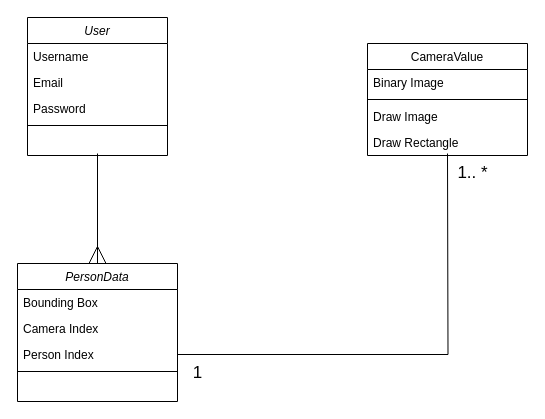
The draw.io diagram class_UI.drawio in chauchausoup/major_diagrams, before the edit. Source tidied: cells renumbered, new cells numbered last; positions are measured from the earlier drawing's top-left corner, leaving out a move shared by most shapes. Both pictures are drawn from the tidied source at 100%, with x=0, y=0 at pixel (17, 17).
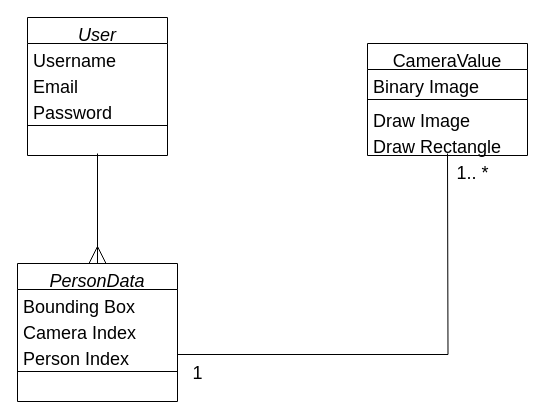
After the change.

What changed in the source:
```diff
@@
-    <mxCell id="2" value="User" style="swimlane;fontStyle=2;align=center;verticalAlign=top;horizontal=1;startSize=26;rounded=0;shadow=0;strokeWidth=1;" parent="1" vertex="1">
+    <mxCell id="2" value="User" style="swimlane;fontStyle=2;align=center;verticalAlign=top;horizontal=1;startSize=26;rounded=0;shadow=0;strokeWidth=1;fontSize=18;" parent="1" vertex="1">
       <mxGeometry x="10" width="140" height="138" as="geometry" />
     </mxCell>
-    <mxCell id="3" value="Username" style="text;align=left;verticalAlign=top;spacingLeft=4;spacingRight=4;overflow=hidden;" parent="2" vertex="1">
+    <mxCell id="3" value="Username" style="text;align=left;verticalAlign=top;spacingLeft=4;spacingRight=4;overflow=hidden;fontSize=18;" parent="2" vertex="1">
       <mxGeometry y="26" width="140" height="26" as="geometry" />
     </mxCell>
-    <mxCell id="4" value="Email" style="text;align=left;verticalAlign=top;spacingLeft=4;spacingRight=4;overflow=hidden;rounded=0;shadow=0;html=0;" parent="2" vertex="1">
+    <mxCell id="4" value="Email" style="text;align=left;verticalAlign=top;spacingLeft=4;spacingRight=4;overflow=hidden;rounded=0;shadow=0;html=0;fontSize=18;" parent="2" vertex="1">
       <mxGeometry y="52" width="140" height="26" as="geometry" />
     </mxCell>
-    <mxCell id="5" value="Password" style="text;align=left;verticalAlign=top;spacingLeft=4;spacingRight=4;overflow=hidden;rounded=0;shadow=0;html=0;" parent="2" vertex="1">
+    <mxCell id="5" value="Password" style="text;align=left;verticalAlign=top;spacingLeft=4;spacingRight=4;overflow=hidden;rounded=0;shadow=0;html=0;fontSize=18;" parent="2" vertex="1">
       <mxGeometry y="78" width="140" height="26" as="geometry" />
     </mxCell>
-    <mxCell id="6" style="line;html=1;strokeWidth=1;align=left;verticalAlign=middle;spacingTop=-1;spacingLeft=3;spacingRight=3;labelPosition=right;" parent="2" vertex="1">
+    <mxCell id="6" style="line;html=1;strokeWidth=1;align=left;verticalAlign=middle;spacingTop=-1;spacingLeft=3;spacingRight=3;labelPosition=right;fontSize=18;" parent="2" vertex="1">
       <mxGeometry y="104" width="140" height="8" as="geometry" />
     </mxCell>
-    <mxCell id="7" value="CameraValue" style="swimlane;fontStyle=0;align=center;verticalAlign=top;horizontal=1;startSize=26;rounded=0;shadow=0;strokeWidth=1;" parent="1" vertex="1">
+    <mxCell id="7" value="CameraValue" style="swimlane;fontStyle=0;align=center;verticalAlign=top;horizontal=1;startSize=26;rounded=0;shadow=0;strokeWidth=1;fontSize=18;" parent="1" vertex="1">
       <mxGeometry x="350" y="26" width="160" height="112" as="geometry" />
     </mxCell>
-    <mxCell id="8" value="Binary Image" style="text;align=left;verticalAlign=top;spacingLeft=4;spacingRight=4;overflow=hidden;" parent="7" vertex="1">
+    <mxCell id="8" value="Binary Image" style="text;align=left;verticalAlign=top;spacingLeft=4;spacingRight=4;overflow=hidden;fontSize=18;" parent="7" vertex="1">
       <mxGeometry y="26" width="160" height="26" as="geometry" />
     </mxCell>
-    <mxCell id="9" style="line;html=1;strokeWidth=1;align=left;verticalAlign=middle;spacingTop=-1;spacingLeft=3;spacingRight=3;labelPosition=right;" parent="7" vertex="1">
+    <mxCell id="9" style="line;html=1;strokeWidth=1;align=left;verticalAlign=middle;spacingTop=-1;spacingLeft=3;spacingRight=3;labelPosition=right;fontSize=18;" parent="7" vertex="1">
       <mxGeometry y="52" width="160" height="8" as="geometry" />
     </mxCell>
-    <mxCell id="10" value="Draw Image&#10;" style="text;align=left;verticalAlign=top;spacingLeft=4;spacingRight=4;overflow=hidden;" parent="7" vertex="1">
+    <mxCell id="10" value="Draw Image&#10;" style="text;align=left;verticalAlign=top;spacingLeft=4;spacingRight=4;overflow=hidden;fontSize=18;" parent="7" vertex="1">
       <mxGeometry y="60" width="160" height="26" as="geometry" />
     </mxCell>
-    <mxCell id="11" value="Draw Rectangle" style="text;align=left;verticalAlign=top;spacingLeft=4;spacingRight=4;overflow=hidden;" parent="7" vertex="1">
+    <mxCell id="11" value="Draw Rectangle" style="text;align=left;verticalAlign=top;spacingLeft=4;spacingRight=4;overflow=hidden;fontSize=18;" parent="7" vertex="1">
       <mxGeometry y="86" width="160" height="26" as="geometry" />
     </mxCell>
-    <mxCell id="12" value="PersonData" style="swimlane;fontStyle=2;align=center;verticalAlign=top;horizontal=1;startSize=26;rounded=0;shadow=0;strokeWidth=1;" parent="1" vertex="1">
+    <mxCell id="12" value="PersonData" style="swimlane;fontStyle=2;align=center;verticalAlign=top;horizontal=1;startSize=26;rounded=0;shadow=0;strokeWidth=1;fontSize=18;" parent="1" vertex="1">
       <mxGeometry y="246" width="160" height="138" as="geometry" />
     </mxCell>
-    <mxCell id="13" value="Bounding Box " style="text;align=left;verticalAlign=top;spacingLeft=4;spacingRight=4;overflow=hidden;" parent="12" vertex="1">
+    <mxCell id="13" value="Bounding Box " style="text;align=left;verticalAlign=top;spacingLeft=4;spacingRight=4;overflow=hidden;fontSize=18;" parent="12" vertex="1">
       <mxGeometry y="26" width="160" height="26" as="geometry" />
     </mxCell>
-    <mxCell id="14" value="Camera Index" style="text;align=left;verticalAlign=top;spacingLeft=4;spacingRight=4;overflow=hidden;rounded=0;shadow=0;html=0;" parent="12" vertex="1">
+    <mxCell id="14" value="Camera Index" style="text;align=left;verticalAlign=top;spacingLeft=4;spacingRight=4;overflow=hidden;rounded=0;shadow=0;html=0;fontSize=18;" parent="12" vertex="1">
       <mxGeometry y="52" width="160" height="26" as="geometry" />
     </mxCell>
-    <mxCell id="15" value="Person Index" style="text;align=left;verticalAlign=top;spacingLeft=4;spacingRight=4;overflow=hidden;points=[[0,0.5],[1,0.5]];portConstraint=eastwest;rounded=0;shadow=0;html=0;" parent="12" vertex="1">
+    <mxCell id="15" value="Person Index" style="text;align=left;verticalAlign=top;spacingLeft=4;spacingRight=4;overflow=hidden;points=[[0,0.5],[1,0.5]];portConstraint=eastwest;rounded=0;shadow=0;html=0;fontSize=18;" parent="12" vertex="1">
       <mxGeometry y="78" width="160" height="26" as="geometry" />
     </mxCell>
-    <mxCell id="16" style="line;html=1;strokeWidth=1;align=left;verticalAlign=middle;spacingTop=-1;spacingLeft=3;spacingRight=3;labelPosition=right;" parent="12" vertex="1">
+    <mxCell id="16" style="line;html=1;strokeWidth=1;align=left;verticalAlign=middle;spacingTop=-1;spacingLeft=3;spacingRight=3;labelPosition=right;fontSize=18;" parent="12" vertex="1">
       <mxGeometry y="104" width="160" height="8" as="geometry" />
     </mxCell>
-    <mxCell id="17" style="rounded=0;orthogonalLoop=1;jettySize=auto;html=1;endArrow=ERmany;endFill=0;endSize=15;startSize=14;" parent="1" edge="1">
+    <mxCell id="17" style="rounded=0;orthogonalLoop=1;jettySize=auto;html=1;endArrow=ERmany;endFill=0;endSize=15;startSize=14;fontSize=18;" parent="1" edge="1">
       <mxGeometry relative="1" as="geometry">
         <mxPoint x="80" y="136" as="sourcePoint" />
         <mxPoint x="80" y="246" as="targetPoint" />
       </mxGeometry>
     </mxCell>
-    <mxCell id="18" style="edgeStyle=orthogonalEdgeStyle;rounded=0;jettySize=auto;html=1;exitX=1;exitY=0.5;exitDx=0;exitDy=0;endArrow=none;endFill=0;" parent="1" edge="1" source="15">
+    <mxCell id="18" style="edgeStyle=orthogonalEdgeStyle;rounded=0;jettySize=auto;html=1;exitX=1;exitY=0.5;exitDx=0;exitDy=0;endArrow=none;endFill=0;fontSize=18;" parent="1" edge="1" source="15">
       <mxGeometry relative="1" as="geometry">
         <mxPoint x="430" y="136" as="targetPoint" />
       </mxGeometry>
     </mxCell>
-    <mxCell id="19" value="&lt;font style=&quot;font-size: 17px&quot;&gt;1&lt;/font&gt;" style="text;html=1;align=center;verticalAlign=middle;" parent="1" vertex="1">
-      <mxGeometry x="165" y="346" width="30" height="20" as="geometry" />
+    <mxCell id="19" value="&lt;font style=&quot;font-size: 18px;&quot;&gt;1&lt;/font&gt;" style="text;html=1;align=center;verticalAlign=middle;fontSize=18;" parent="1" vertex="1">
+      <mxGeometry x="165" y="341" width="30" height="30" as="geometry" />
     </mxCell>
-    <mxCell id="20" value="&lt;font style=&quot;font-size: 17px&quot;&gt;1.. *&lt;/font&gt;" style="text;html=1;align=center;verticalAlign=middle;strokeWidth=3;" parent="1" vertex="1">
-      <mxGeometry x="430" y="146" width="50" height="20" as="geometry" />
+    <mxCell id="20" value="&lt;font style=&quot;font-size: 18px;&quot;&gt;1.. *&lt;/font&gt;" style="text;html=1;align=center;verticalAlign=middle;strokeWidth=3;fontSize=18;" parent="1" vertex="1">
+      <mxGeometry x="430" y="141" width="50" height="30" as="geometry" />
     </mxCell>
```
